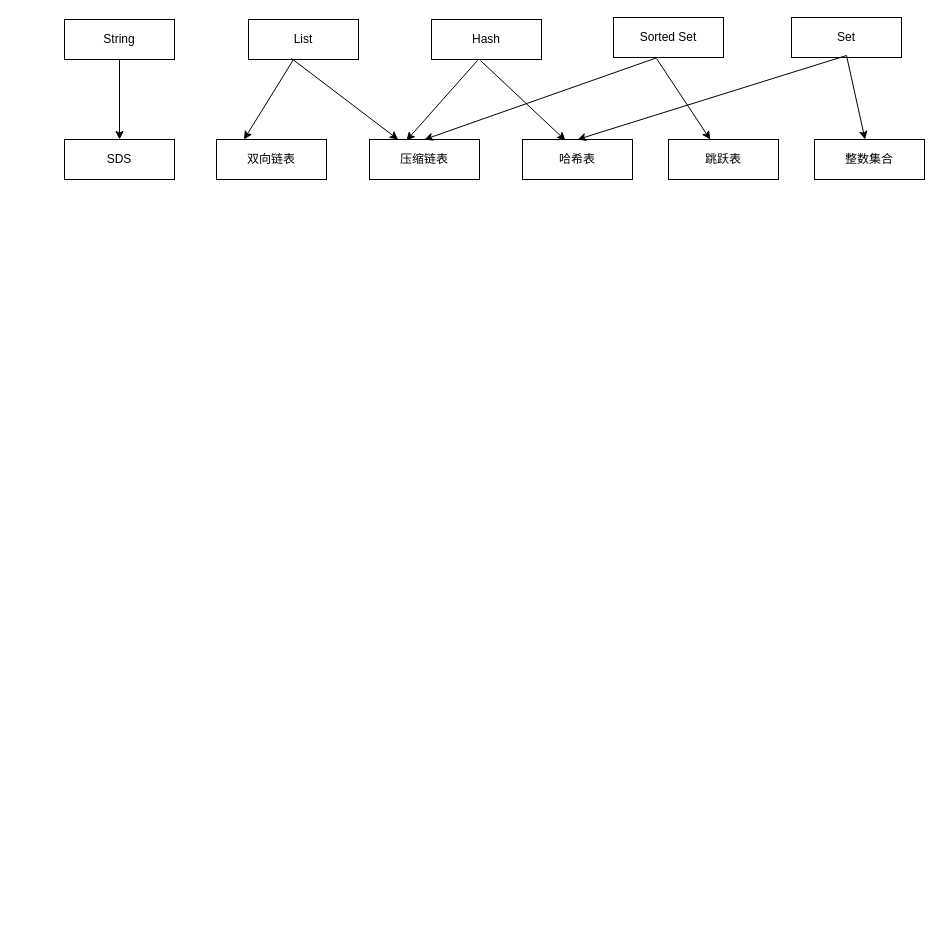
Earlier version of the draw.io diagram Redis/redis.drawio (began-zhao/studydraw). Source tidied: cells renumbered, new cells numbered last; positions are measured from the earlier drawing's top-left corner, leaving out a move shared by most shapes. Both pictures are drawn from the tidied source at 100%, with x=0, y=0 at pixel (64, 17).
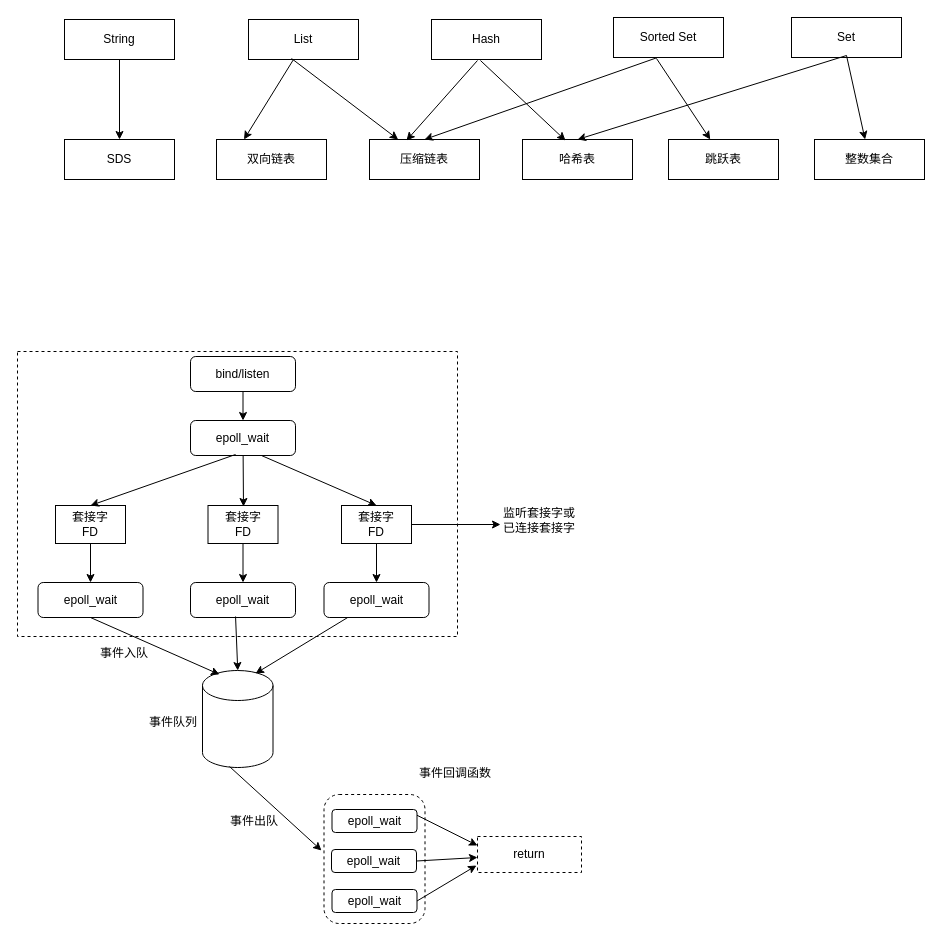
The same diagram, later.

Change to the diagram source:
```diff
@@
+    <mxCell id="22" style="rounded=0;whiteSpace=wrap;html=1;dashed=1;" parent="1" vertex="1">
+      <mxGeometry x="-47" y="334" width="440" height="285" as="geometry" />
+    </mxCell>
@@
+    <mxCell id="23" style="edgeStyle=orthogonalEdgeStyle;rounded=0;jettySize=auto;html=1;exitX=0.5;exitY=1;exitDx=0;exitDy=0;entryX=0.5;entryY=0;entryDx=0;entryDy=0;" parent="1" edge="1" source="24" target="25">
+      <mxGeometry relative="1" as="geometry" />
+    </mxCell>
+    <mxCell id="24" value="bind/listen" style="rounded=1;whiteSpace=wrap;html=1;" parent="1" vertex="1">
+      <mxGeometry x="126" y="339" width="105" height="35" as="geometry" />
+    </mxCell>
+    <mxCell id="25" value="epoll_wait" style="rounded=1;whiteSpace=wrap;html=1;" parent="1" vertex="1">
+      <mxGeometry x="126" y="403" width="105" height="35" as="geometry" />
+    </mxCell>
+    <mxCell id="26" style="edgeStyle=orthogonalEdgeStyle;rounded=0;jettySize=auto;html=1;exitX=0.5;exitY=1;exitDx=0;exitDy=0;" parent="1" edge="1" source="27" target="33">
+      <mxGeometry relative="1" as="geometry" />
+    </mxCell>
+    <mxCell id="27" value="套接字&lt;br&gt;FD" style="rounded=0;whiteSpace=wrap;html=1;" parent="1" vertex="1">
+      <mxGeometry x="-9" y="488" width="70" height="38" as="geometry" />
+    </mxCell>
+    <mxCell id="28" style="edgeStyle=orthogonalEdgeStyle;rounded=0;jettySize=auto;html=1;exitX=0.5;exitY=1;exitDx=0;exitDy=0;entryX=0.5;entryY=0;entryDx=0;entryDy=0;" parent="1" edge="1" source="29" target="34">
+      <mxGeometry relative="1" as="geometry" />
+    </mxCell>
+    <mxCell id="29" value="套接字&lt;br&gt;FD" style="rounded=0;whiteSpace=wrap;html=1;" parent="1" vertex="1">
+      <mxGeometry x="143.5" y="488" width="70" height="38" as="geometry" />
+    </mxCell>
+    <mxCell id="30" style="edgeStyle=orthogonalEdgeStyle;rounded=0;jettySize=auto;html=1;exitX=0.5;exitY=1;exitDx=0;exitDy=0;entryX=0.5;entryY=0;entryDx=0;entryDy=0;" parent="1" edge="1" source="32" target="35">
+      <mxGeometry relative="1" as="geometry" />
+    </mxCell>
+    <mxCell id="31" style="edgeStyle=orthogonalEdgeStyle;rounded=0;jettySize=auto;html=1;exitX=1;exitY=0.5;exitDx=0;exitDy=0;" parent="1" edge="1" source="32">
+      <mxGeometry relative="1" as="geometry">
+        <mxPoint x="436" y="507" as="targetPoint" />
+      </mxGeometry>
+    </mxCell>
+    <mxCell id="32" value="套接字&lt;br&gt;FD" style="rounded=0;whiteSpace=wrap;html=1;" parent="1" vertex="1">
+      <mxGeometry x="277" y="488" width="70" height="38" as="geometry" />
+    </mxCell>
+    <mxCell id="33" value="epoll_wait" style="rounded=1;whiteSpace=wrap;html=1;" parent="1" vertex="1">
+      <mxGeometry x="-26.5" y="565" width="105" height="35" as="geometry" />
+    </mxCell>
+    <mxCell id="34" value="epoll_wait" style="rounded=1;whiteSpace=wrap;html=1;" parent="1" vertex="1">
+      <mxGeometry x="126" y="565" width="105" height="35" as="geometry" />
+    </mxCell>
+    <mxCell id="35" value="epoll_wait" style="rounded=1;whiteSpace=wrap;html=1;" parent="1" vertex="1">
+      <mxGeometry x="259.5" y="565" width="105" height="35" as="geometry" />
+    </mxCell>
+    <mxCell id="36" style="shape=cylinder3;whiteSpace=wrap;html=1;boundedLbl=1;backgroundOutline=1;size=15;" parent="1" vertex="1">
+      <mxGeometry x="138" y="653" width="70.5" height="97" as="geometry" />
+    </mxCell>
+    <mxCell id="37" style="rounded=1;whiteSpace=wrap;html=1;dashed=1;" parent="1" vertex="1">
+      <mxGeometry x="259.5" y="777" width="101" height="129" as="geometry" />
+    </mxCell>
+    <mxCell id="38" value="epoll_wait" style="rounded=1;whiteSpace=wrap;html=1;" parent="1" vertex="1">
+      <mxGeometry x="267.5" y="792" width="85" height="23" as="geometry" />
+    </mxCell>
+    <mxCell id="39" value="epoll_wait" style="rounded=1;whiteSpace=wrap;html=1;" parent="1" vertex="1">
+      <mxGeometry x="267" y="832" width="85" height="23" as="geometry" />
+    </mxCell>
+    <mxCell id="40" value="epoll_wait" style="rounded=1;whiteSpace=wrap;html=1;" parent="1" vertex="1">
+      <mxGeometry x="267.5" y="872" width="85" height="23" as="geometry" />
+    </mxCell>
+    <mxCell id="41" value="return" style="rounded=0;whiteSpace=wrap;html=1;dashed=1;" parent="1" vertex="1">
+      <mxGeometry x="413" y="819" width="104" height="36" as="geometry" />
+    </mxCell>
+    <mxCell id="42" style="endArrow=classic;html=1;rounded=0;exitX=1;exitY=0.25;exitDx=0;exitDy=0;entryX=0;entryY=0.25;entryDx=0;entryDy=0;" parent="1" edge="1" source="38" target="41">
+      <mxGeometry relative="1" as="geometry" />
+    </mxCell>
+    <mxCell id="43" style="endArrow=classic;html=1;rounded=0;exitX=1;exitY=0.5;exitDx=0;exitDy=0;" parent="1" edge="1" source="39">
+      <mxGeometry relative="1" as="geometry">
+        <mxPoint x="413" y="840" as="targetPoint" />
+      </mxGeometry>
+    </mxCell>
+    <mxCell id="44" style="endArrow=classic;html=1;rounded=0;exitX=1;exitY=0.5;exitDx=0;exitDy=0;" parent="1" edge="1" source="40">
+      <mxGeometry relative="1" as="geometry">
+        <mxPoint x="412" y="848" as="targetPoint" />
+      </mxGeometry>
+    </mxCell>
+    <mxCell id="45" style="endArrow=classic;html=1;rounded=0;exitX=0.383;exitY=0.99;exitDx=0;exitDy=0;exitPerimeter=0;" parent="1" edge="1" source="36">
+      <mxGeometry relative="1" as="geometry">
+        <mxPoint x="257" y="833" as="targetPoint" />
+      </mxGeometry>
+    </mxCell>
+    <mxCell id="46" style="endArrow=classic;html=1;rounded=0;exitX=0.5;exitY=1;exitDx=0;exitDy=0;entryX=0.241;entryY=0.041;entryDx=0;entryDy=0;entryPerimeter=0;" parent="1" edge="1" source="33" target="36">
+      <mxGeometry relative="1" as="geometry" />
+    </mxCell>
+    <mxCell id="47" style="endArrow=classic;html=1;rounded=0;exitX=0.429;exitY=0.971;exitDx=0;exitDy=0;exitPerimeter=0;entryX=0.5;entryY=0;entryDx=0;entryDy=0;entryPerimeter=0;" parent="1" edge="1" source="34" target="36">
+      <mxGeometry relative="1" as="geometry" />
+    </mxCell>
+    <mxCell id="48" style="endArrow=classic;html=1;rounded=0;entryX=0.752;entryY=0.031;entryDx=0;entryDy=0;entryPerimeter=0;" parent="1" edge="1" source="35" target="36">
+      <mxGeometry relative="1" as="geometry" />
+    </mxCell>
+    <mxCell id="49" style="endArrow=classic;html=1;rounded=0;" parent="1" edge="1" source="25">
+      <mxGeometry relative="1" as="geometry">
+        <mxPoint x="179" y="489" as="targetPoint" />
+      </mxGeometry>
+    </mxCell>
+    <mxCell id="50" style="endArrow=classic;html=1;rounded=0;exitX=0.429;exitY=0.971;exitDx=0;exitDy=0;exitPerimeter=0;entryX=0.5;entryY=0;entryDx=0;entryDy=0;" parent="1" edge="1" source="25" target="27">
+      <mxGeometry relative="1" as="geometry" />
+    </mxCell>
+    <mxCell id="51" style="endArrow=classic;html=1;rounded=0;exitX=0.676;exitY=1;exitDx=0;exitDy=0;exitPerimeter=0;entryX=0.5;entryY=0;entryDx=0;entryDy=0;" parent="1" edge="1" source="25" target="32">
+      <mxGeometry relative="1" as="geometry" />
+    </mxCell>
+    <mxCell id="52" value="事件队列" style="text;html=1;strokeColor=none;fillColor=none;align=center;verticalAlign=middle;whiteSpace=wrap;rounded=0;dashed=1;" parent="1" vertex="1">
+      <mxGeometry x="78.5" y="690" width="60" height="30" as="geometry" />
+    </mxCell>
+    <mxCell id="53" value="事件入队" style="text;html=1;strokeColor=none;fillColor=none;align=center;verticalAlign=middle;whiteSpace=wrap;rounded=0;dashed=1;" parent="1" vertex="1">
+      <mxGeometry x="30" y="621" width="60" height="30" as="geometry" />
+    </mxCell>
+    <mxCell id="54" value="事件出队" style="text;html=1;strokeColor=none;fillColor=none;align=center;verticalAlign=middle;whiteSpace=wrap;rounded=0;dashed=1;" parent="1" vertex="1">
+      <mxGeometry x="160" y="788.5" width="60" height="30" as="geometry" />
+    </mxCell>
+    <mxCell id="55" value="事件回调函数" style="text;html=1;strokeColor=none;fillColor=none;align=center;verticalAlign=middle;whiteSpace=wrap;rounded=0;dashed=1;" parent="1" vertex="1">
+      <mxGeometry x="352" y="741" width="78" height="30" as="geometry" />
+    </mxCell>
+    <mxCell id="56" value="监听套接字或已连接套接字" style="text;html=1;strokeColor=none;fillColor=none;align=center;verticalAlign=middle;whiteSpace=wrap;rounded=0;dashed=1;" parent="1" vertex="1">
+      <mxGeometry x="436" y="488" width="78" height="30" as="geometry" />
+    </mxCell>
```
